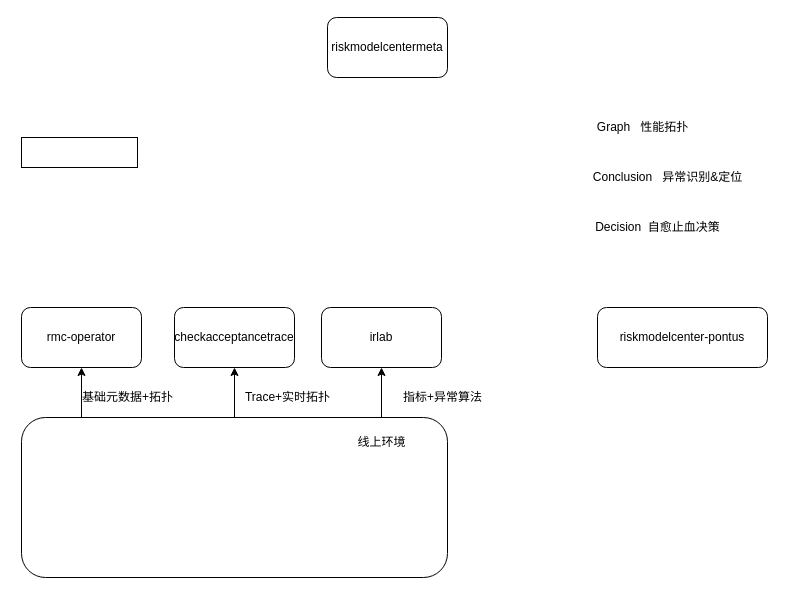
Earlier version of the draw.io diagram 蚂蚁金服/RMC/蚂蚁金服-RMC-[20201216]-性能技术架构.drawio (frankneu/draw.io). Source tidied: cells renumbered, new cells numbered last; positions are measured from the earlier drawing's top-left corner, leaving out a move shared by most shapes. Both pictures are drawn from the tidied source at 100%, with x=0, y=0 at pixel (21, 17).
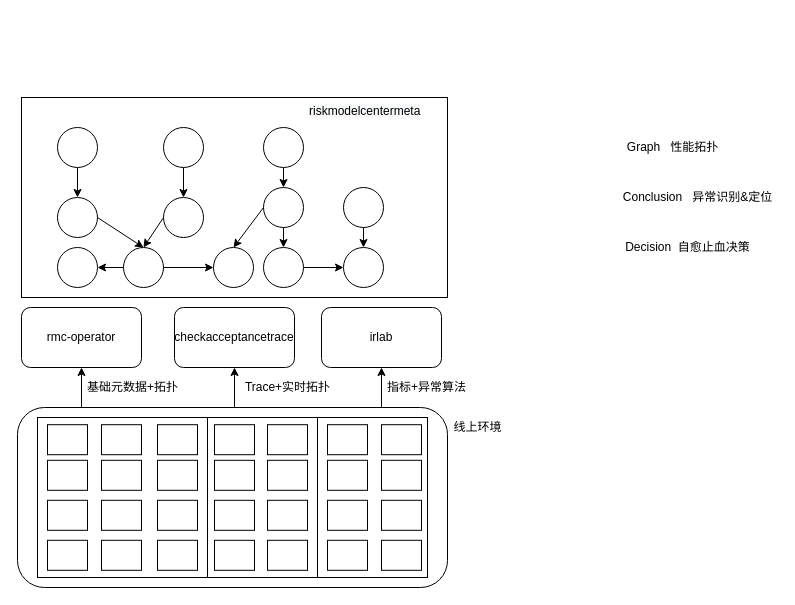
The same diagram, later.

Commit message:
Update 蚂蚁金服-RMC-[20201216]-性能技术架构.drawio

The change refers to these unchanged cells:
```xml
<mxCell id="6" value="checkacceptancetrace" style="rounded=1;whiteSpace=wrap;html=1;" parent="1" vertex="1">
  <mxGeometry x="153" y="290" width="120" height="60" as="geometry" />
</mxCell>
<mxCell id="7" value="rmc-operator" style="rounded=1;whiteSpace=wrap;html=1;" parent="1" vertex="1">
  <mxGeometry y="290" width="120" height="60" as="geometry" />
</mxCell>
<mxCell id="8" value="irlab" style="rounded=1;whiteSpace=wrap;html=1;" parent="1" vertex="1">
  <mxGeometry x="300" y="290" width="120" height="60" as="geometry" />
</mxCell>
```

Diff of the diagram source:
```diff
@@
+    <mxCell id="5" style="rounded=1;whiteSpace=wrap;html=1;" parent="1" vertex="1">
+      <mxGeometry x="-4" y="390" width="430" height="180" as="geometry" />
+    </mxCell>
+    <mxCell id="19" style="rounded=0;whiteSpace=wrap;html=1;" parent="1" vertex="1">
+      <mxGeometry x="16" y="400" width="170" height="160" as="geometry" />
+    </mxCell>
+    <mxCell id="20" style="rounded=0;whiteSpace=wrap;html=1;" parent="1" vertex="1">
+      <mxGeometry x="186" y="400" width="110" height="160" as="geometry" />
+    </mxCell>
+    <mxCell id="21" style="rounded=0;whiteSpace=wrap;html=1;" parent="1" vertex="1">
+      <mxGeometry x="296" y="400" width="110" height="160" as="geometry" />
+    </mxCell>
     <mxCell id="2" style="edgeStyle=orthogonalEdgeStyle;rounded=0;jettySize=auto;html=1;exitX=0.5;exitY=0;exitDx=0;exitDy=0;entryX=0.5;entryY=1;entryDx=0;entryDy=0;" parent="1" edge="1" source="5" target="6">
-      <mxGeometry relative="1" as="geometry" />
+      <mxGeometry relative="1" as="geometry">
+        <Array as="points">
+          <mxPoint x="213" y="390" />
+        </Array>
+      </mxGeometry>
     </mxCell>
     <mxCell id="3" style="edgeStyle=orthogonalEdgeStyle;rounded=0;jettySize=auto;html=1;exitX=0.25;exitY=0;exitDx=0;exitDy=0;entryX=0.5;entryY=1;entryDx=0;entryDy=0;" parent="1" edge="1" source="5" target="7">
       <mxGeometry relative="1" as="geometry">
         <Array as="points">
-          <mxPoint x="60" y="400" />
+          <mxPoint x="60" y="390" />
         </Array>
       </mxGeometry>
     </mxCell>
     <mxCell id="4" style="edgeStyle=orthogonalEdgeStyle;rounded=0;jettySize=auto;html=1;exitX=0.75;exitY=0;exitDx=0;exitDy=0;entryX=0.5;entryY=1;entryDx=0;entryDy=0;" parent="1" edge="1" source="5" target="8">
       <mxGeometry relative="1" as="geometry">
         <Array as="points">
-          <mxPoint x="360" y="400" />
+          <mxPoint x="360" y="390" />
         </Array>
       </mxGeometry>
     </mxCell>
-    <mxCell id="5" style="rounded=1;whiteSpace=wrap;html=1;" parent="1" vertex="1">
-      <mxGeometry y="400" width="426" height="160" as="geometry" />
-    </mxCell>
@@
-    <mxCell id="9" value="riskmodelcentermeta" style="rounded=1;whiteSpace=wrap;html=1;" parent="1" vertex="1">
-      <mxGeometry x="306" width="120" height="60" as="geometry" />
-    </mxCell>
     <mxCell id="10" style="rounded=0;whiteSpace=wrap;html=1;" parent="1" vertex="1">
-      <mxGeometry y="120" width="116" height="30" as="geometry" />
+      <mxGeometry y="80" width="426" height="200" as="geometry" />
     </mxCell>
     <mxCell id="11" value="基础元数据+拓扑" style="text;html=1;align=center;verticalAlign=middle;" parent="1" vertex="1">
-      <mxGeometry x="51" y="370" width="110" height="20" as="geometry" />
+      <mxGeometry x="56" y="360" width="110" height="20" as="geometry" />
     </mxCell>
     <mxCell id="12" value="Trace+实时拓扑" style="text;html=1;align=center;verticalAlign=middle;" parent="1" vertex="1">
-      <mxGeometry x="216" y="370" width="100" height="20" as="geometry" />
+      <mxGeometry x="216" y="360" width="100" height="20" as="geometry" />
     </mxCell>
     <mxCell id="13" value="指标+异常算法" style="text;html=1;align=center;verticalAlign=middle;" parent="1" vertex="1">
-      <mxGeometry x="376" y="370" width="90" height="20" as="geometry" />
+      <mxGeometry x="360" y="360" width="90" height="20" as="geometry" />
     </mxCell>
-    <mxCell id="14" value="riskmodelcenter-pontus" style="rounded=1;whiteSpace=wrap;html=1;" parent="1" vertex="1">
-      <mxGeometry x="576" y="290" width="170" height="60" as="geometry" />
-    </mxCell>
     <mxCell id="15" value="线上环境" style="text;html=1;align=center;verticalAlign=middle;" parent="1" vertex="1">
-      <mxGeometry x="330" y="414.5" width="60" height="20" as="geometry" />
+      <mxGeometry x="426" y="400" width="60" height="20" as="geometry" />
     </mxCell>
     <mxCell id="16" value="Graph&amp;nbsp; &amp;nbsp;性能拓扑" style="text;html=1;align=center;verticalAlign=middle;" parent="1" vertex="1">
-      <mxGeometry x="566" y="100" width="110" height="20" as="geometry" />
+      <mxGeometry x="596" y="120" width="110" height="20" as="geometry" />
     </mxCell>
     <mxCell id="17" value="Conclusion&amp;nbsp; &amp;nbsp;异常识别&amp;amp;定位" style="text;html=1;align=center;verticalAlign=middle;" parent="1" vertex="1">
-      <mxGeometry x="566" y="150" width="160" height="20" as="geometry" />
+      <mxGeometry x="596" y="170" width="160" height="20" as="geometry" />
     </mxCell>
     <mxCell id="18" value="Decision&amp;nbsp; 自愈止血决策" style="text;html=1;align=center;verticalAlign=middle;" parent="1" vertex="1">
-      <mxGeometry x="566" y="200" width="140" height="20" as="geometry" />
+      <mxGeometry x="596" y="220" width="140" height="20" as="geometry" />
     </mxCell>
+    <mxCell id="22" style="rounded=0;whiteSpace=wrap;html=1;" parent="1" vertex="1">
+      <mxGeometry x="26" y="442.8" width="40" height="30" as="geometry" />
+    </mxCell>
+    <mxCell id="23" style="rounded=0;whiteSpace=wrap;html=1;" parent="1" vertex="1">
+      <mxGeometry x="26" y="407.2" width="40" height="30" as="geometry" />
+    </mxCell>
+    <mxCell id="24" style="rounded=0;whiteSpace=wrap;html=1;" parent="1" vertex="1">
+      <mxGeometry x="26" y="482.8" width="40" height="30" as="geometry" />
+    </mxCell>
+    <mxCell id="25" style="rounded=0;whiteSpace=wrap;html=1;" parent="1" vertex="1">
+      <mxGeometry x="26" y="522.8" width="40" height="30" as="geometry" />
+    </mxCell>
+    <mxCell id="26" style="rounded=0;whiteSpace=wrap;html=1;" parent="1" vertex="1">
+      <mxGeometry x="80" y="442.8" width="40" height="30" as="geometry" />
+    </mxCell>
+    <mxCell id="27" style="rounded=0;whiteSpace=wrap;html=1;" parent="1" vertex="1">
+      <mxGeometry x="80" y="407.2" width="40" height="30" as="geometry" />
+    </mxCell>
+    <mxCell id="28" style="rounded=0;whiteSpace=wrap;html=1;" parent="1" vertex="1">
+      <mxGeometry x="80" y="482.8" width="40" height="30" as="geometry" />
+    </mxCell>
+    <mxCell id="29" style="rounded=0;whiteSpace=wrap;html=1;" parent="1" vertex="1">
+      <mxGeometry x="80" y="522.8" width="40" height="30" as="geometry" />
+    </mxCell>
+    <mxCell id="30" style="rounded=0;whiteSpace=wrap;html=1;" parent="1" vertex="1">
+      <mxGeometry x="136" y="442.8" width="40" height="30" as="geometry" />
+    </mxCell>
+    <mxCell id="31" style="rounded=0;whiteSpace=wrap;html=1;" parent="1" vertex="1">
+      <mxGeometry x="136" y="407.2" width="40" height="30" as="geometry" />
+    </mxCell>
+    <mxCell id="32" style="rounded=0;whiteSpace=wrap;html=1;" parent="1" vertex="1">
+      <mxGeometry x="136" y="482.8" width="40" height="30" as="geometry" />
+    </mxCell>
+    <mxCell id="33" style="rounded=0;whiteSpace=wrap;html=1;" parent="1" vertex="1">
+      <mxGeometry x="136" y="522.8" width="40" height="30" as="geometry" />
+    </mxCell>
+    <mxCell id="34" style="rounded=0;whiteSpace=wrap;html=1;" parent="1" vertex="1">
+      <mxGeometry x="193" y="442.8" width="40" height="30" as="geometry" />
+    </mxCell>
+    <mxCell id="35" style="rounded=0;whiteSpace=wrap;html=1;" parent="1" vertex="1">
+      <mxGeometry x="193" y="407.2" width="40" height="30" as="geometry" />
+    </mxCell>
+    <mxCell id="36" style="rounded=0;whiteSpace=wrap;html=1;" parent="1" vertex="1">
+      <mxGeometry x="193" y="482.8" width="40" height="30" as="geometry" />
+    </mxCell>
+    <mxCell id="37" style="rounded=0;whiteSpace=wrap;html=1;" parent="1" vertex="1">
+      <mxGeometry x="193" y="522.8" width="40" height="30" as="geometry" />
+    </mxCell>
+    <mxCell id="38" style="rounded=0;whiteSpace=wrap;html=1;" parent="1" vertex="1">
+      <mxGeometry x="246" y="442.8" width="40" height="30" as="geometry" />
+    </mxCell>
+    <mxCell id="39" style="rounded=0;whiteSpace=wrap;html=1;" parent="1" vertex="1">
+      <mxGeometry x="246" y="407.2" width="40" height="30" as="geometry" />
+    </mxCell>
+    <mxCell id="40" style="rounded=0;whiteSpace=wrap;html=1;" parent="1" vertex="1">
+      <mxGeometry x="246" y="482.8" width="40" height="30" as="geometry" />
+    </mxCell>
+    <mxCell id="41" style="rounded=0;whiteSpace=wrap;html=1;" parent="1" vertex="1">
+      <mxGeometry x="246" y="522.8" width="40" height="30" as="geometry" />
+    </mxCell>
+    <mxCell id="42" style="rounded=0;whiteSpace=wrap;html=1;" parent="1" vertex="1">
+      <mxGeometry x="306" y="442.8" width="40" height="30" as="geometry" />
+    </mxCell>
+    <mxCell id="43" style="rounded=0;whiteSpace=wrap;html=1;" parent="1" vertex="1">
+      <mxGeometry x="306" y="407.2" width="40" height="30" as="geometry" />
+    </mxCell>
+    <mxCell id="44" style="rounded=0;whiteSpace=wrap;html=1;" parent="1" vertex="1">
+      <mxGeometry x="306" y="482.8" width="40" height="30" as="geometry" />
+    </mxCell>
+    <mxCell id="45" style="rounded=0;whiteSpace=wrap;html=1;" parent="1" vertex="1">
+      <mxGeometry x="306" y="522.8" width="40" height="30" as="geometry" />
+    </mxCell>
+    <mxCell id="46" style="rounded=0;whiteSpace=wrap;html=1;" parent="1" vertex="1">
+      <mxGeometry x="360" y="442.8" width="40" height="30" as="geometry" />
+    </mxCell>
+    <mxCell id="47" style="rounded=0;whiteSpace=wrap;html=1;" parent="1" vertex="1">
+      <mxGeometry x="360" y="407.2" width="40" height="30" as="geometry" />
+    </mxCell>
+    <mxCell id="48" style="rounded=0;whiteSpace=wrap;html=1;" parent="1" vertex="1">
+      <mxGeometry x="360" y="482.8" width="40" height="30" as="geometry" />
+    </mxCell>
+    <mxCell id="49" style="rounded=0;whiteSpace=wrap;html=1;" parent="1" vertex="1">
+      <mxGeometry x="360" y="522.8" width="40" height="30" as="geometry" />
+    </mxCell>
+    <mxCell id="9" value="&lt;span style=&quot;color: rgb(0, 0, 0); font-family: helvetica; font-size: 12px; font-style: normal; font-weight: 400; letter-spacing: normal; text-align: center; text-indent: 0px; text-transform: none; word-spacing: 0px; background-color: rgb(248, 249, 250); display: inline; float: none;&quot;&gt;riskmodelcentermeta&lt;/span&gt;" style="text;whiteSpace=wrap;html=1;" parent="1" vertex="1">
+      <mxGeometry x="286" y="80" width="140" height="30" as="geometry" />
+    </mxCell>
+    <mxCell id="50" style="rounded=0;jettySize=auto;html=1;entryX=0.5;entryY=0;entryDx=0;entryDy=0;exitX=0.5;exitY=1;exitDx=0;exitDy=0;" parent="1" edge="1" source="51" target="58">
+      <mxGeometry relative="1" as="geometry" />
+    </mxCell>
+    <mxCell id="51" style="ellipse;whiteSpace=wrap;html=1;" parent="1" vertex="1">
+      <mxGeometry x="36" y="110" width="40" height="40" as="geometry" />
+    </mxCell>
+    <mxCell id="52" style="rounded=0;jettySize=auto;html=1;exitX=0;exitY=0.5;exitDx=0;exitDy=0;entryX=0.5;entryY=0;entryDx=0;entryDy=0;" parent="1" edge="1" source="53" target="66">
+      <mxGeometry relative="1" as="geometry" />
+    </mxCell>
+    <mxCell id="53" style="ellipse;whiteSpace=wrap;html=1;" parent="1" vertex="1">
+      <mxGeometry x="142" y="180" width="40" height="40" as="geometry" />
+    </mxCell>
+    <mxCell id="54" style="ellipse;whiteSpace=wrap;html=1;" parent="1" vertex="1">
+      <mxGeometry x="322" y="230" width="40" height="40" as="geometry" />
+    </mxCell>
+    <mxCell id="55" style="rounded=0;jettySize=auto;html=1;exitX=0.5;exitY=1;exitDx=0;exitDy=0;entryX=0.5;entryY=0;entryDx=0;entryDy=0;" parent="1" edge="1" source="56" target="53">
+      <mxGeometry relative="1" as="geometry" />
+    </mxCell>
+    <mxCell id="56" style="ellipse;whiteSpace=wrap;html=1;" parent="1" vertex="1">
+      <mxGeometry x="142" y="110" width="40" height="40" as="geometry" />
+    </mxCell>
+    <mxCell id="57" style="rounded=0;jettySize=auto;html=1;exitX=1;exitY=0.5;exitDx=0;exitDy=0;entryX=0.5;entryY=0;entryDx=0;entryDy=0;" parent="1" edge="1" source="58" target="66">
+      <mxGeometry relative="1" as="geometry" />
+    </mxCell>
+    <mxCell id="58" style="ellipse;whiteSpace=wrap;html=1;" parent="1" vertex="1">
+      <mxGeometry x="36" y="180" width="40" height="40" as="geometry" />
+    </mxCell>
+    <mxCell id="59" style="rounded=0;jettySize=auto;html=1;exitX=0.5;exitY=1;exitDx=0;exitDy=0;entryX=0.5;entryY=0;entryDx=0;entryDy=0;" parent="1" edge="1" source="61" target="63">
+      <mxGeometry relative="1" as="geometry" />
+    </mxCell>
+    <mxCell id="60" style="rounded=0;jettySize=auto;html=1;exitX=0;exitY=0.5;exitDx=0;exitDy=0;entryX=0.5;entryY=0;entryDx=0;entryDy=0;" parent="1" edge="1" source="61" target="69">
+      <mxGeometry relative="1" as="geometry" />
+    </mxCell>
+    <mxCell id="61" style="ellipse;whiteSpace=wrap;html=1;" parent="1" vertex="1">
+      <mxGeometry x="242" y="170" width="40" height="40" as="geometry" />
+    </mxCell>
+    <mxCell id="62" style="rounded=0;jettySize=auto;html=1;exitX=1;exitY=0.5;exitDx=0;exitDy=0;entryX=0;entryY=0.5;entryDx=0;entryDy=0;" parent="1" edge="1" source="63" target="54">
+      <mxGeometry relative="1" as="geometry" />
+    </mxCell>
+    <mxCell id="63" style="ellipse;whiteSpace=wrap;html=1;" parent="1" vertex="1">
+      <mxGeometry x="242" y="230" width="40" height="40" as="geometry" />
+    </mxCell>
+    <mxCell id="64" style="rounded=0;jettySize=auto;html=1;exitX=1;exitY=0.5;exitDx=0;exitDy=0;entryX=0;entryY=0.5;entryDx=0;entryDy=0;" parent="1" edge="1" source="66" target="69">
+      <mxGeometry relative="1" as="geometry" />
+    </mxCell>
+    <mxCell id="65" style="rounded=0;jettySize=auto;html=1;exitX=0;exitY=0.5;exitDx=0;exitDy=0;entryX=1;entryY=0.5;entryDx=0;entryDy=0;" parent="1" edge="1" source="66" target="70">
+      <mxGeometry relative="1" as="geometry" />
+    </mxCell>
+    <mxCell id="66" style="ellipse;whiteSpace=wrap;html=1;" parent="1" vertex="1">
+      <mxGeometry x="102" y="230" width="40" height="40" as="geometry" />
+    </mxCell>
+    <mxCell id="67" style="rounded=0;jettySize=auto;html=1;exitX=0.5;exitY=1;exitDx=0;exitDy=0;entryX=0.5;entryY=0;entryDx=0;entryDy=0;" parent="1" edge="1" source="68" target="54">
+      <mxGeometry relative="1" as="geometry" />
+    </mxCell>
+    <mxCell id="68" style="ellipse;whiteSpace=wrap;html=1;" parent="1" vertex="1">
+      <mxGeometry x="322" y="170" width="40" height="40" as="geometry" />
+    </mxCell>
+    <mxCell id="69" style="ellipse;whiteSpace=wrap;html=1;" parent="1" vertex="1">
+      <mxGeometry x="192" y="230" width="40" height="40" as="geometry" />
+    </mxCell>
+    <mxCell id="70" style="ellipse;whiteSpace=wrap;html=1;" parent="1" vertex="1">
+      <mxGeometry x="36" y="230" width="40" height="40" as="geometry" />
+    </mxCell>
+    <mxCell id="71" style="rounded=0;jettySize=auto;html=1;exitX=0.5;exitY=1;exitDx=0;exitDy=0;entryX=0.5;entryY=0;entryDx=0;entryDy=0;" parent="1" edge="1" source="72" target="61">
+      <mxGeometry relative="1" as="geometry" />
+    </mxCell>
+    <mxCell id="72" style="ellipse;whiteSpace=wrap;html=1;" parent="1" vertex="1">
+      <mxGeometry x="242" y="110" width="40" height="40" as="geometry" />
+    </mxCell>
```
